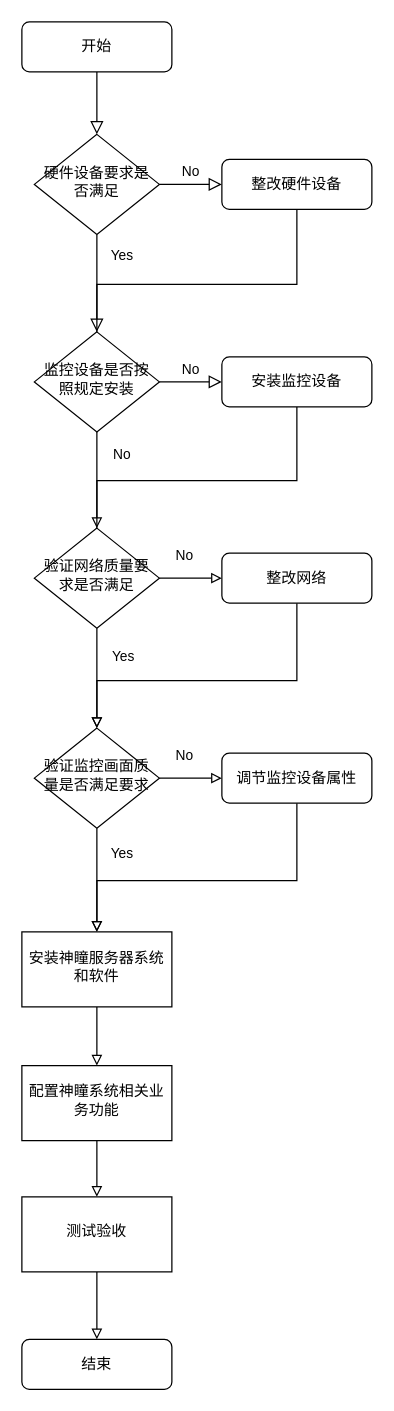
xwkeke/MyGit keeps this draw.io diagram as Untitled Diagram.drawio. Above is the earlier version. Source tidied: cells renumbered, new cells numbered last; positions are measured from the earlier drawing's top-left corner, leaving out a move shared by most shapes. Both pictures are drawn from the tidied source at 125%, with x=0, y=0 at pixel (21, 21).
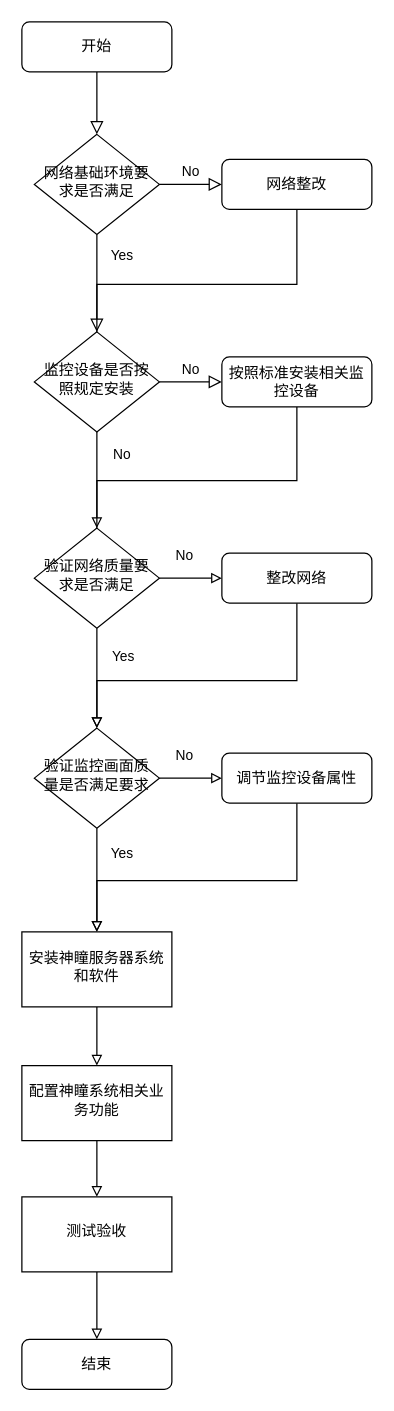
After the change.

Diff of the diagram source:
```diff
@@
-    <mxCell id="6" value="硬件设备要求是否满足" style="rhombus;whiteSpace=wrap;html=1;shadow=0;fontFamily=Helvetica;fontSize=12;align=center;strokeWidth=1;spacing=6;spacingTop=-4;" parent="1" vertex="1">
+    <mxCell id="6" value="网络基础环境要求是否满足" style="rhombus;whiteSpace=wrap;html=1;shadow=0;fontFamily=Helvetica;fontSize=12;align=center;strokeWidth=1;spacing=6;spacingTop=-4;" parent="1" vertex="1">
       <mxGeometry x="10" y="90" width="100" height="80" as="geometry" />
     </mxCell>
@@
-    <mxCell id="8" value="整改硬件设备" style="rounded=1;whiteSpace=wrap;html=1;fontSize=12;glass=0;strokeWidth=1;shadow=0;" parent="1" vertex="1">
+    <mxCell id="8" value="网络整改" style="rounded=1;whiteSpace=wrap;html=1;fontSize=12;glass=0;strokeWidth=1;shadow=0;" parent="1" vertex="1">
       <mxGeometry x="160" y="110" width="120" height="40" as="geometry" />
     </mxCell>
@@
-    <mxCell id="13" value="安装监控设备" style="rounded=1;whiteSpace=wrap;html=1;fontSize=12;glass=0;strokeWidth=1;shadow=0;" parent="1" vertex="1">
+    <mxCell id="13" value="按照标准安装相关监控设备" style="rounded=1;whiteSpace=wrap;html=1;fontSize=12;glass=0;strokeWidth=1;shadow=0;" parent="1" vertex="1">
       <mxGeometry x="160" y="268" width="120" height="40" as="geometry" />
     </mxCell>
```
